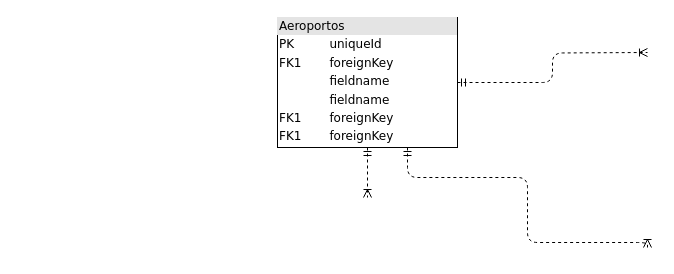
This is Projeto_BD.drawio from Samuel-k276/BD-2025, a draw.io file, before an edit. Source tidied: cells renumbered, new cells numbered last; positions are measured from the earlier drawing's top-left corner, leaving out a move shared by most shapes. Both pictures are drawn from the tidied source at 100%, with x=0, y=0 at pixel (277, 17).
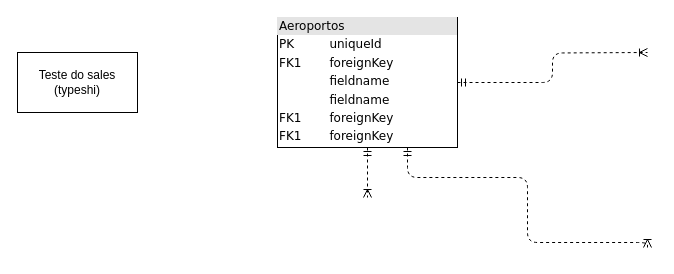
Above is the later version.

Commit message:
Sales-teste Projeto_BD.drawio

Diff of the diagram source:
```diff
@@
 <mxGraphModel>
   <root>
     <mxCell id="0" />
     <mxCell id="1" parent="0" />
     <mxCell id="2" style="edgeStyle=orthogonalEdgeStyle;html=1;entryX=0.5;entryY=0;dashed=1;labelBackgroundColor=none;startArrow=ERmandOne;endArrow=ERoneToMany;fontFamily=Verdana;fontSize=12;align=left;" parent="1" edge="1" source="5">
       <mxGeometry relative="1" as="geometry">
         <mxPoint x="90" y="180" as="targetPoint" />
       </mxGeometry>
     </mxCell>
     <mxCell id="3" style="edgeStyle=orthogonalEdgeStyle;html=1;dashed=1;labelBackgroundColor=none;startArrow=ERmandOne;endArrow=ERoneToMany;fontFamily=Verdana;fontSize=12;align=left;entryX=0;entryY=0.5;" parent="1" edge="1" source="5">
       <mxGeometry relative="1" as="geometry">
         <mxPoint x="370" y="230" as="targetPoint" />
         <Array as="points">
           <mxPoint x="130" y="160" />
           <mxPoint x="250" y="160" />
           <mxPoint x="250" y="225" />
         </Array>
       </mxGeometry>
     </mxCell>
     <mxCell id="4" style="edgeStyle=orthogonalEdgeStyle;html=1;dashed=1;labelBackgroundColor=none;startArrow=ERmandOne;endArrow=ERoneToMany;fontFamily=Verdana;fontSize=12;align=left;" parent="1" edge="1" source="5">
       <mxGeometry relative="1" as="geometry">
         <mxPoint x="370" y="35" as="targetPoint" />
       </mxGeometry>
     </mxCell>
     <mxCell id="5" value="&lt;div style=&quot;box-sizing: border-box; width: 100%; background: rgb(228, 228, 228); padding: 2px;&quot;&gt;Aeroportos&lt;/div&gt;&lt;table style=&quot;width: 100% ; font-size: 1em&quot; cellpadding=&quot;2&quot; cellspacing=&quot;0&quot;&gt;&lt;tbody&gt;&lt;tr&gt;&lt;td&gt;PK&lt;/td&gt;&lt;td&gt;uniqueId&lt;/td&gt;&lt;/tr&gt;&lt;tr&gt;&lt;td&gt;FK1&lt;/td&gt;&lt;td&gt;foreignKey&lt;/td&gt;&lt;/tr&gt;&lt;tr&gt;&lt;td&gt;&lt;/td&gt;&lt;td&gt;fieldname&lt;/td&gt;&lt;/tr&gt;&lt;tr&gt;&lt;td&gt;&lt;br&gt;&lt;/td&gt;&lt;td&gt;fieldname&lt;br&gt;&lt;/td&gt;&lt;/tr&gt;&lt;tr&gt;&lt;td&gt;FK1&lt;br&gt;&lt;/td&gt;&lt;td&gt;foreignKey&lt;br&gt;&lt;/td&gt;&lt;/tr&gt;&lt;tr&gt;&lt;td&gt;FK1&lt;br&gt;&lt;/td&gt;&lt;td&gt;foreignKey&lt;br&gt;&lt;/td&gt;&lt;/tr&gt;&lt;/tbody&gt;&lt;/table&gt;" style="verticalAlign=top;align=left;overflow=fill;html=1;rounded=0;shadow=0;comic=0;labelBackgroundColor=none;strokeWidth=1;fontFamily=Verdana;fontSize=12;" parent="1" vertex="1">
       <mxGeometry width="180" height="130" as="geometry" />
     </mxCell>
+    <mxCell id="6" value="Teste do sales&lt;div&gt;(typeshi)&lt;/div&gt;" style="rounded=0;whiteSpace=wrap;html=1;" parent="1" vertex="1">
+      <mxGeometry x="-260" y="35" width="120" height="60" as="geometry" />
+    </mxCell>
   </root>
 </mxGraphModel>
```
